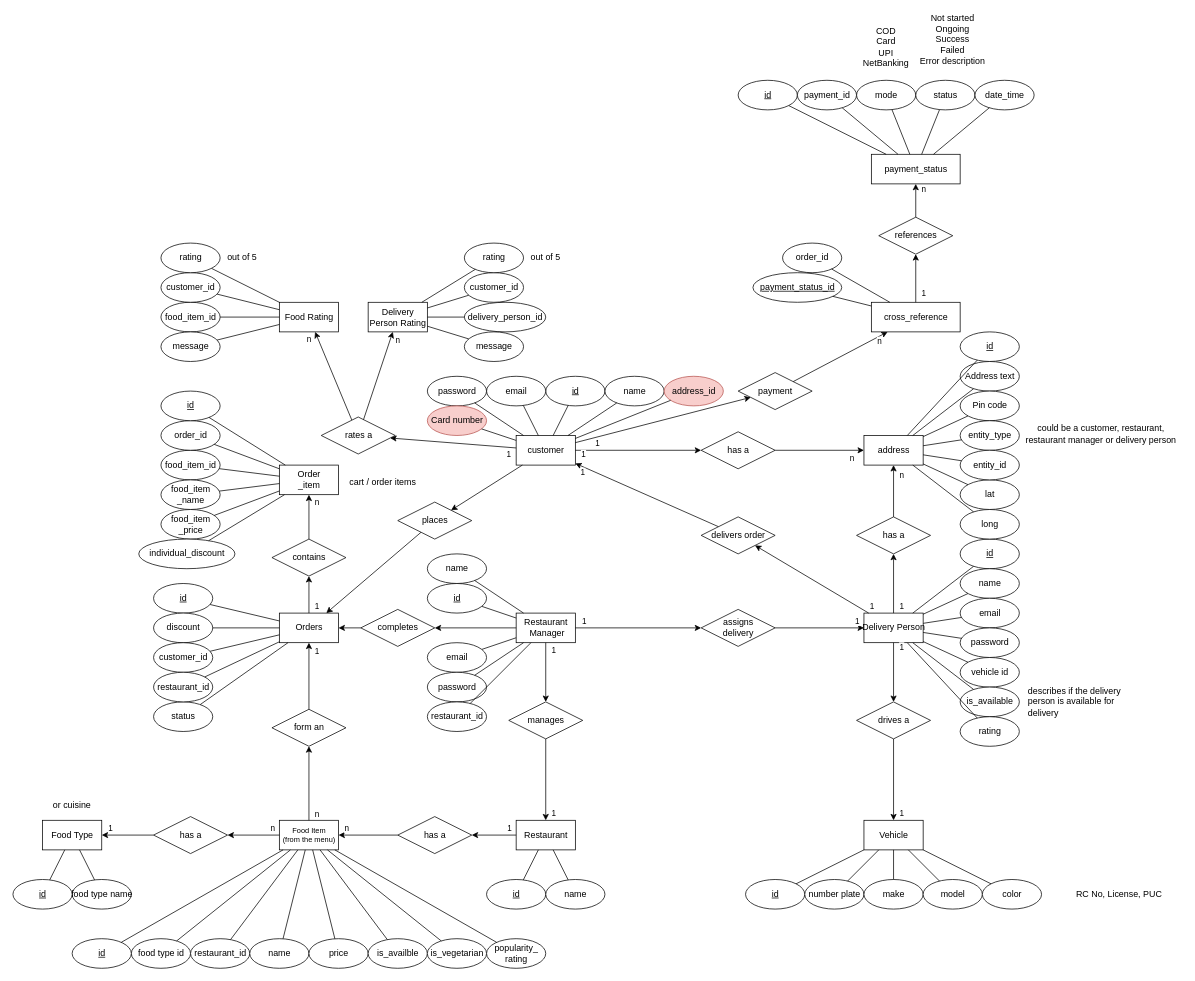
This is diagrams/ER/ER diagram.drawio from callofthewild/hunger-buzz, a draw.io file, before an edit. Source tidied: cells renumbered, new cells numbered last; positions are measured from the earlier drawing's top-left corner, leaving out a move shared by most shapes. Both pictures are drawn from the tidied source at 74%, with x=0, y=0 at pixel (13, 13).
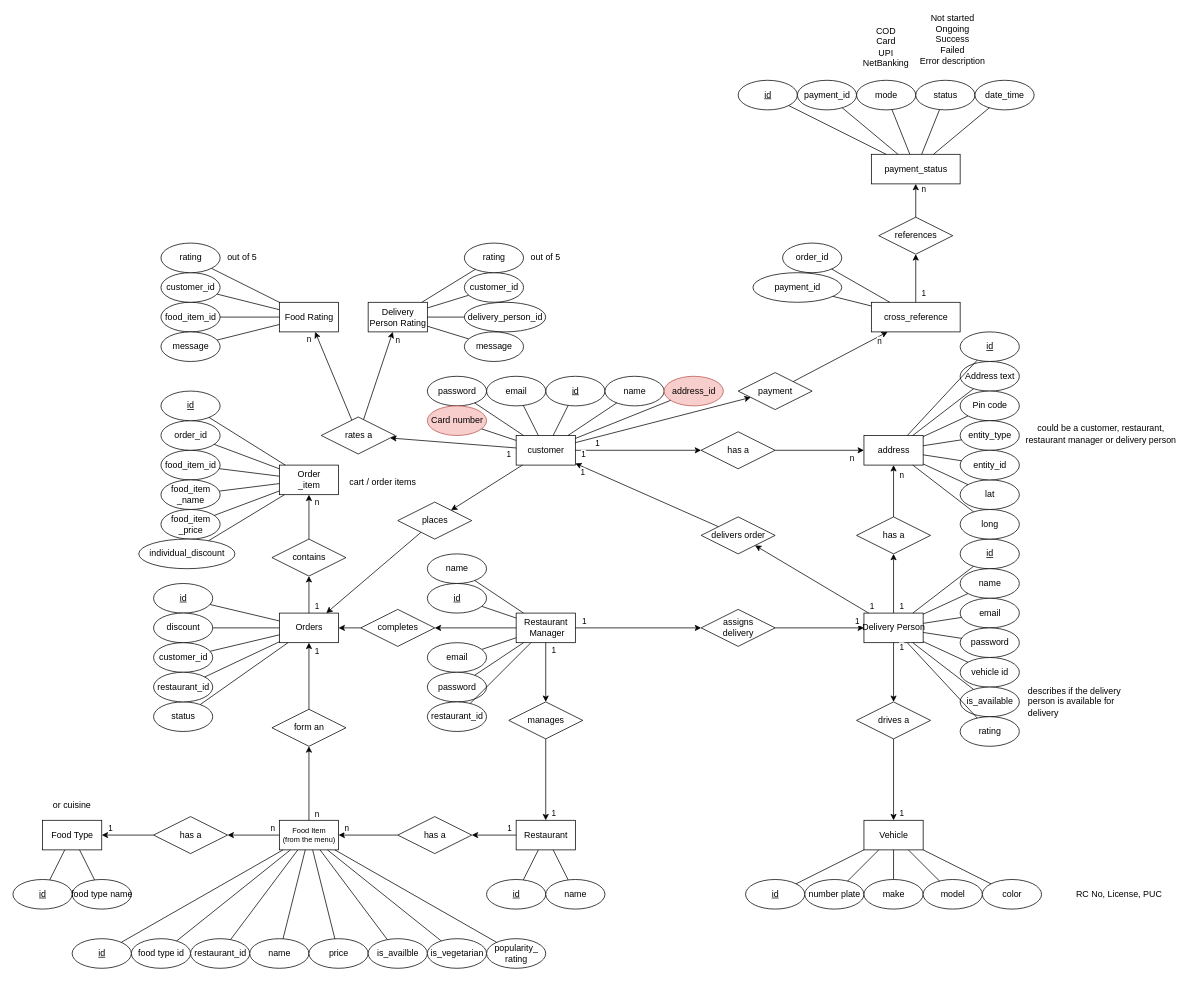
The same diagram, later.

Diff of the diagram source:
```diff
@@
-    <mxCell id="193" value="payment_status_id" style="ellipse;html=1;align=center;fontStyle=4;" parent="1" vertex="1">
+    <mxCell id="193" value="payment_id" style="ellipse;html=1;align=center;fontStyle=0;" parent="1" vertex="1">
       <mxGeometry x="1000" y="350" width="120" height="40" as="geometry" />
     </mxCell>
```
